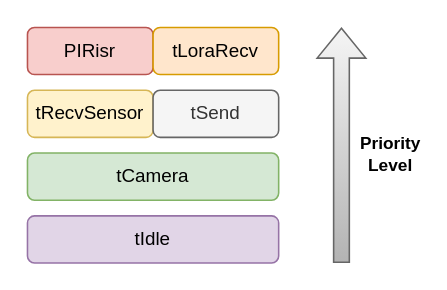
This is page "ThreadsPriority" (3 of 4) of documentation/flowcharts/LS/LSThreads.drawio from ESRGgroup9/slipad, a draw.io file, before an edit. Source tidied: cells renumbered, new cells numbered last; positions are measured from the earlier drawing's top-left corner, leaving out a move shared by most shapes. Both pictures are drawn from the tidied source at 157%, with x=0, y=0 at pixel (27, 27).
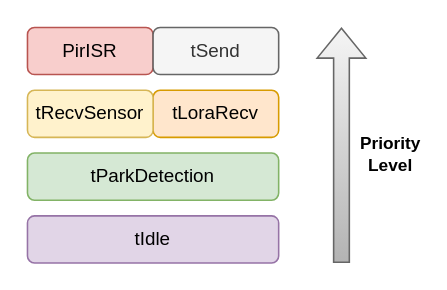
Above is the later version.

Diff of the diagram source:
```diff
@@
 <mxGraphModel>
   <root>
     <mxCell id="0" />
     <mxCell id="1" parent="0" />
-    <mxCell id="2" value="PIRisr" style="rounded=1;whiteSpace=wrap;html=1;fillColor=#f8cecc;strokeColor=#b85450;" parent="1" vertex="1">
+    <mxCell id="2" value="PirISR" style="rounded=1;whiteSpace=wrap;html=1;fillColor=#f8cecc;strokeColor=#b85450;" parent="1" vertex="1">
       <mxGeometry width="80" height="30" as="geometry" />
     </mxCell>
     <mxCell id="3" value="tLoraRecv" style="rounded=1;whiteSpace=wrap;html=1;fillColor=#ffe6cc;strokeColor=#d79b00;" parent="1" vertex="1">
-      <mxGeometry x="80" width="80" height="30" as="geometry" />
+      <mxGeometry x="80" y="40" width="80" height="30" as="geometry" />
     </mxCell>
     <mxCell id="4" value="tRecvSensor" style="rounded=1;whiteSpace=wrap;html=1;fillColor=#fff2cc;strokeColor=#d6b656;" parent="1" vertex="1">
       <mxGeometry y="40" width="80" height="30" as="geometry" />
     </mxCell>
-    <mxCell id="5" value="tCamera" style="rounded=1;whiteSpace=wrap;html=1;fillColor=#d5e8d4;strokeColor=#82b366;" parent="1" vertex="1">
+    <mxCell id="5" value="tParkDetection" style="rounded=1;whiteSpace=wrap;html=1;fillColor=#d5e8d4;strokeColor=#82b366;" parent="1" vertex="1">
       <mxGeometry y="80" width="160" height="30" as="geometry" />
     </mxCell>
     <mxCell id="6" value="tSend" style="rounded=1;whiteSpace=wrap;html=1;fillColor=#f5f5f5;strokeColor=#666666;fontColor=#333333;" parent="1" vertex="1">
-      <mxGeometry x="80" y="40" width="80" height="30" as="geometry" />
+      <mxGeometry x="80" width="80" height="30" as="geometry" />
     </mxCell>
     <mxCell id="7" value="tIdle" style="rounded=1;whiteSpace=wrap;html=1;fillColor=#e1d5e7;strokeColor=#9673a6;" parent="1" vertex="1">
       <mxGeometry y="120" width="160" height="30" as="geometry" />
     </mxCell>
     <mxCell id="8" style="shape=flexArrow;endArrow=classic;html=1;rounded=0;fillColor=#f5f5f5;gradientColor=#b3b3b3;strokeColor=#666666;" parent="1" edge="1">
       <mxGeometry relative="1" as="geometry">
         <mxPoint x="200" y="150" as="sourcePoint" />
         <mxPoint x="200" as="targetPoint" />
       </mxGeometry>
     </mxCell>
     <mxCell id="9" value="&lt;div&gt;Priority&lt;/div&gt;&lt;div&gt;Level&lt;/div&gt;" style="edgeLabel;html=1;align=center;verticalAlign=middle;labelBackgroundColor=default;fontStyle=1;" parent="8" vertex="1">
       <mxGeometry x="0.54" y="-2" relative="1" as="geometry">
         <mxPoint x="28" y="46" as="offset" />
       </mxGeometry>
     </mxCell>
   </root>
 </mxGraphModel>
```
